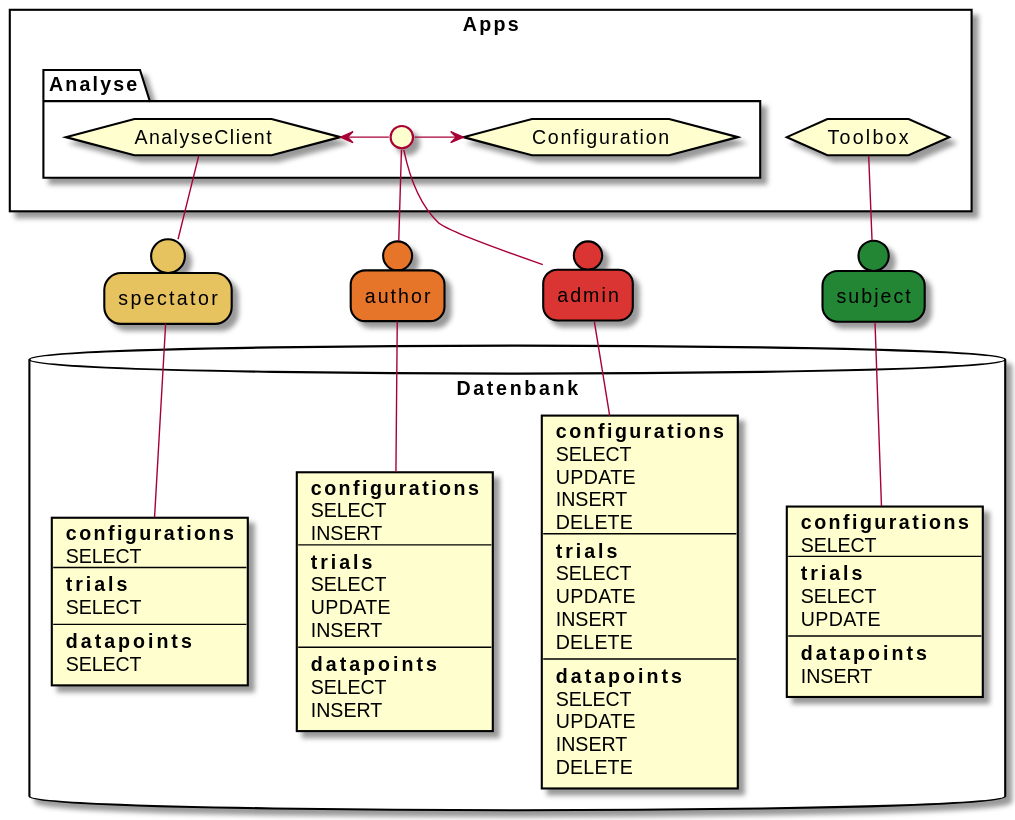
The PlantUML diagram uml-usecase/db/users.svg in weichware-10/dokumente, before a commit.
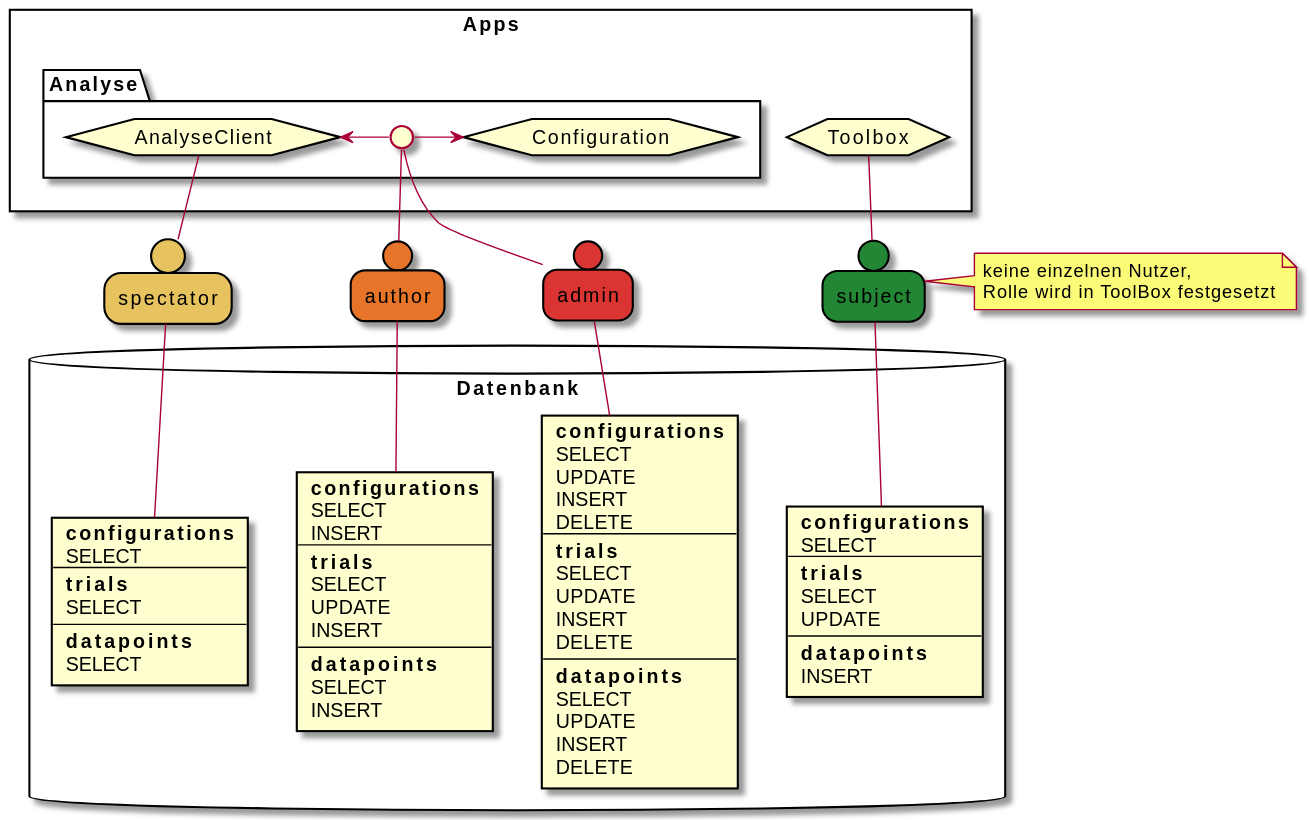
The same diagram one commit later.

Commit message:
[chore] rendered SVGs

The edit, as a diff of the source:
```diff
@@ -17,6 +17,10 @@
 person admin        as ad #DA3633
 
 
+note right of su
+    keine einzelnen Nutzer,
+    Rolle wird in ToolBox festgesetzt
+end note
 
 database Datenbank {
     card dbsu [
```
